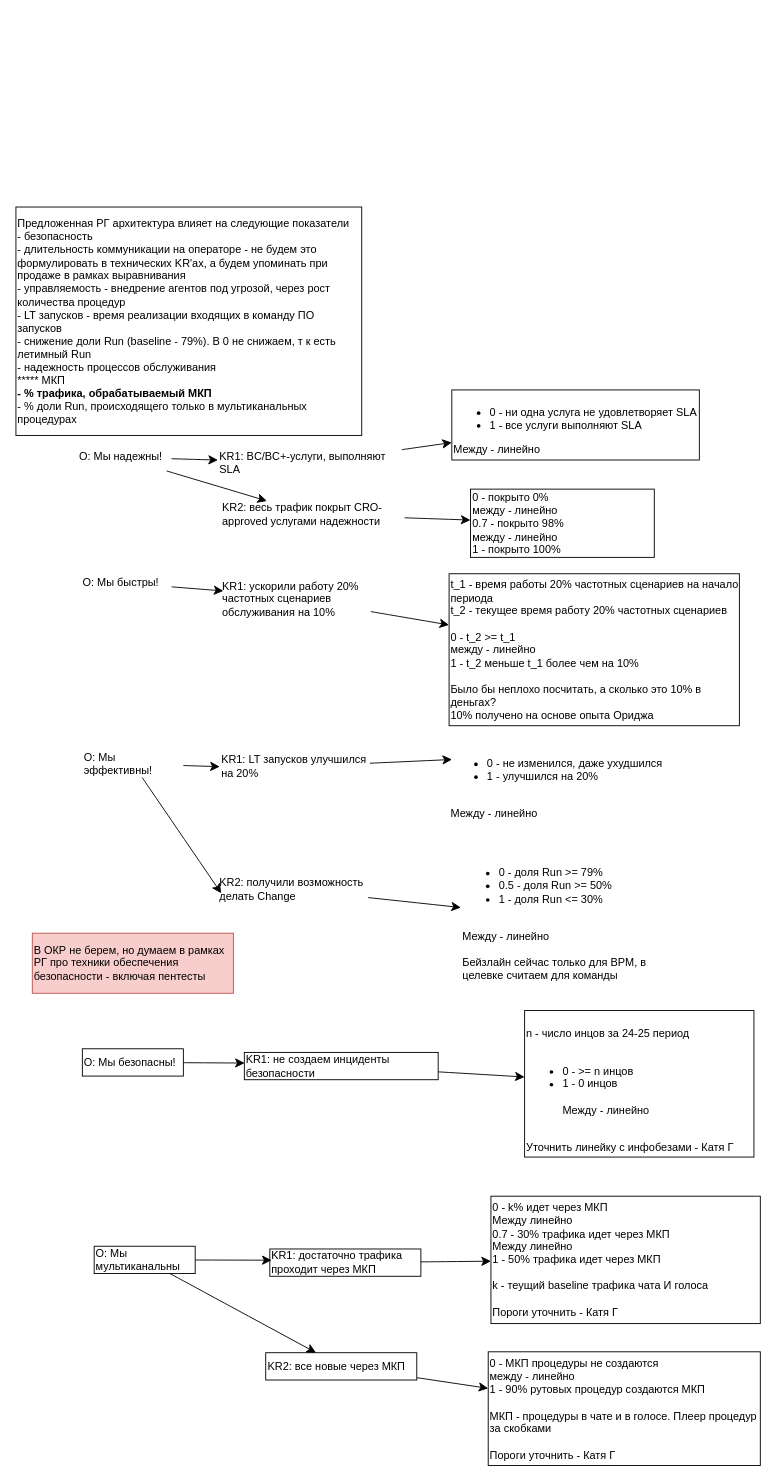
Earlier version of the draw.io diagram page "Архитектура" (1 of 3) of ОКР ПО.drawio (alexAkselrod/alco). Source tidied: cells renumbered, new cells numbered last; positions are measured from the earlier drawing's top-left corner, leaving out a move shared by most shapes. Both pictures are drawn from the tidied source at 91%, with x=0, y=0 at pixel (15, 207).
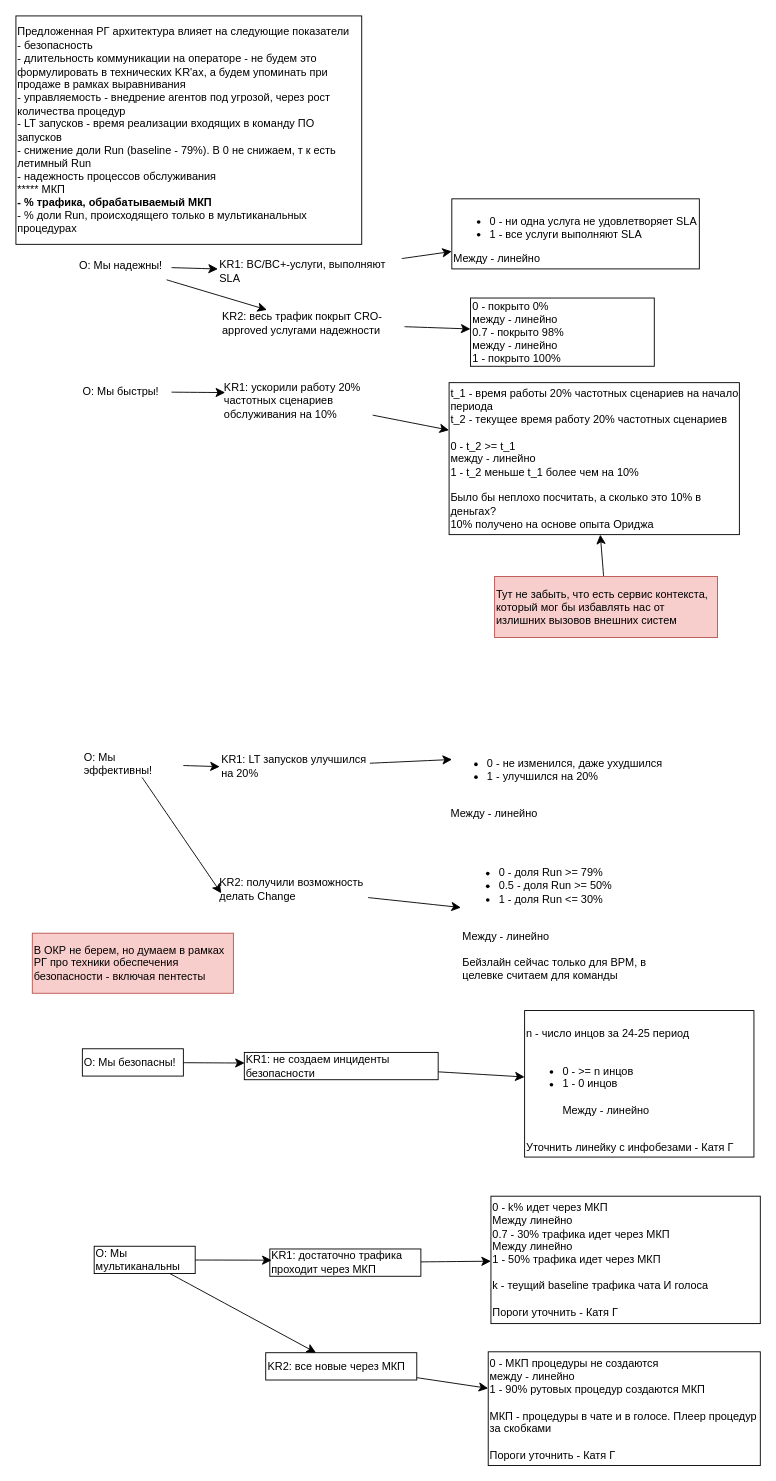
The same diagram, later.

The edit, as a diff of the source:
```diff
@@
     <mxCell id="2" value="&lt;div align=&quot;left&quot;&gt;Предложенная РГ архитектура влияет на следующие показатели&lt;br&gt;- безопасность&lt;br&gt;- длительность коммуникации на операторе - не будем это формулировать в технических KR'ах, а будем упоминать при продаже в рамках выравнивания&lt;br&gt;- управляемость - внедрение агентов под угрозой, через рост количества процедур&lt;br&gt;- LT запусков - время реализации входящих в команду ПО запусков&lt;br&gt;- снижение доли Run (baseline - 79%). В 0 не снижаем, т к есть летимный Run&lt;br&gt;- надежность процессов обслуживания&lt;/div&gt;&lt;div align=&quot;left&quot;&gt;***** МКП&lt;br&gt;&lt;b&gt;- % трафика, обрабатываемый МКП&lt;/b&gt;&lt;br&gt;- % доли Run, происходящего только в мультиканальных процедурах&lt;/div&gt;" style="rounded=0;whiteSpace=wrap;html=1;align=left;" parent="1" vertex="1">
-      <mxGeometry width="380" height="251" as="geometry" />
+      <mxGeometry y="-210" width="380" height="251" as="geometry" />
     </mxCell>
@@
     <mxCell id="5" value="O: Мы надежны!" style="text;html=1;align=center;verticalAlign=middle;whiteSpace=wrap;rounded=0;" parent="1" vertex="1">
-      <mxGeometry x="60" y="260" width="111" height="30" as="geometry" />
+      <mxGeometry x="60" y="50" width="111" height="30" as="geometry" />
     </mxCell>
@@
     <mxCell id="7" value="&lt;div&gt;KR1: BC/BC+-услуги, выполняют SLA&lt;/div&gt;" style="text;html=1;align=left;verticalAlign=middle;whiteSpace=wrap;rounded=0;" parent="1" vertex="1">
-      <mxGeometry x="222" y="266" width="202" height="30" as="geometry" />
+      <mxGeometry x="222" y="56" width="202" height="30" as="geometry" />
     </mxCell>
@@
     <mxCell id="9" value="&lt;div&gt;KR2: весь трафик покрыт CRO-approved услугами надежности&lt;/div&gt;" style="text;html=1;align=left;verticalAlign=middle;whiteSpace=wrap;rounded=0;" parent="1" vertex="1">
-      <mxGeometry x="225" y="323" width="202" height="30" as="geometry" />
+      <mxGeometry x="225" y="113" width="202" height="30" as="geometry" />
     </mxCell>
     <mxCell id="10" value="&lt;ul&gt;&lt;li&gt;0 - ни одна услуга не удовлетворяет SLA&lt;/li&gt;&lt;li&gt;1 - все услуги выполняют SLA&lt;/li&gt;&lt;/ul&gt;Между - линейно" style="text;html=1;align=left;verticalAlign=middle;whiteSpace=wrap;rounded=0;strokeColor=default;" parent="1" vertex="1">
-      <mxGeometry x="479" y="201" width="272" height="77" as="geometry" />
+      <mxGeometry x="479" y="-9" width="272" height="77" as="geometry" />
     </mxCell>
     <mxCell id="11" value="0 - покрыто 0%&lt;br&gt;между - линейно&lt;br&gt;0.7 - покрыто 98%&lt;br&gt;между - линейно&lt;br&gt;1 - покрыто 100%" style="text;html=1;align=left;verticalAlign=middle;whiteSpace=wrap;rounded=0;strokeColor=default;" parent="1" vertex="1">
-      <mxGeometry x="499.5" y="310" width="202" height="75" as="geometry" />
+      <mxGeometry x="499.5" y="100" width="202" height="75" as="geometry" />
     </mxCell>
     <mxCell id="12" value="O: Мы быстры!" style="text;html=1;align=center;verticalAlign=middle;whiteSpace=wrap;rounded=0;" parent="1" vertex="1">
-      <mxGeometry x="60" y="398" width="111" height="30" as="geometry" />
+      <mxGeometry x="60" y="188" width="111" height="30" as="geometry" />
     </mxCell>
@@
     <mxCell id="14" value="KR1: ускорили работу 20% частотных сценариев обслуживания на 10%" style="text;html=1;align=left;verticalAlign=middle;whiteSpace=wrap;rounded=0;" parent="1" vertex="1">
-      <mxGeometry x="225" y="400" width="165" height="61" as="geometry" />
+      <mxGeometry x="227" y="182" width="165" height="61" as="geometry" />
     </mxCell>
@@
     <mxCell id="16" value="t_1 - время работы 20% частотных сценариев на начало периода&lt;br&gt;t_2 - текущее время работу 20% частотных сценариев&lt;br&gt;&lt;br&gt;0 - t_2 &amp;gt;= t_1&lt;br&gt;между - линейно&lt;br&gt;1 - t_2 меньше t_1 более чем на 10%&lt;br&gt;&lt;br&gt;Было бы неплохо посчитать, а сколько это 10% в деньгах?&lt;br&gt;10% получено на основе опыта Ориджа" style="text;html=1;align=left;verticalAlign=middle;whiteSpace=wrap;rounded=0;strokeColor=default;" parent="1" vertex="1">
-      <mxGeometry x="476" y="403" width="319" height="167" as="geometry" />
+      <mxGeometry x="476" y="193" width="319" height="167" as="geometry" />
     </mxCell>
@@
+    <mxCell id="41" style="edgeStyle=none;curved=1;rounded=0;jettySize=auto;html=1;fontSize=12;startSize=8;endSize=8;" parent="1" edge="1" source="42" target="16">
+      <mxGeometry relative="1" as="geometry" />
+    </mxCell>
+    <mxCell id="42" value="&lt;div align=&quot;left&quot;&gt;Тут не забыть, что есть сервис контекста, который мог бы избавлять нас от излишних вызовов внешних систем&lt;/div&gt;" style="text;html=1;align=left;verticalAlign=middle;whiteSpace=wrap;rounded=0;fillColor=#f8cecc;strokeColor=#b85450;" parent="1" vertex="1">
+      <mxGeometry x="526" y="406" width="245" height="67" as="geometry" />
+    </mxCell>
```
